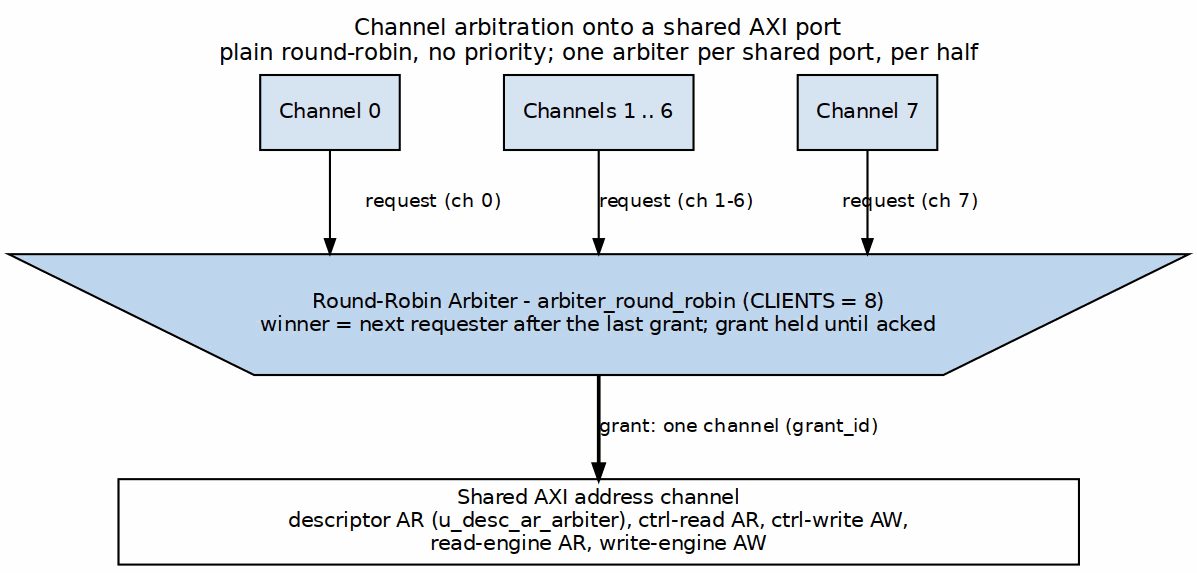
This is projects/components/dma-ip/rapids/docs/rapids_beats_has/assets/graphviz/ch02_channel_arbitration.png from sean-galloway/RTLDesignSherpa, a Graphviz export, as it was before one commit. Its source is kept beside it as projects/components/dma-ip/rapids/docs/rapids_beats_has/assets/graphviz/ch02_channel_arbitration.dot. Its diagram source:
```dot
digraph rapids_beats_channel_arbitration {
    graph [rankdir=TB, bgcolor="white", fontname="Helvetica", fontsize=11,
           nodesep="0.35", ranksep="0.55", splines=ortho,
           label="Channel arbitration onto a shared AXI port\nplain round-robin, no priority; one arbiter per shared port, per half", labelloc=t, labeljust=c];
    node  [fontname="Helvetica", fontsize=10, shape=box, style=filled,
           fillcolor="#D6E4F0", color="black", margin="0.12,0.06"];
    edge  [fontname="Helvetica", fontsize=9, color="black", arrowsize=0.7];

    c0 [label="Channel 0"];
    c1 [label="Channels 1 .. 6"];
    c7 [label="Channel 7"];
    arb [label="Round-Robin Arbiter - arbiter_round_robin (CLIENTS = 8)\nwinner = next requester after the last grant; grant held until acked", shape=invtrapezium, width=6.4, height=0.8, fillcolor="#BFD7EE"];
    bar [label="Shared AXI address channel\ndescriptor AR (u_desc_ar_arbiter), ctrl-read AR, ctrl-write AW,\nread-engine AR, write-engine AW", fillcolor="white", width=6.4];

    c0 -> arb [label="request (ch 0)"];
    c1 -> arb [label="request (ch 1-6)"];
    c7 -> arb [label="request (ch 7)"];
    arb -> bar [label="grant: one channel (grant_id)", penwidth=1.8];
    { rank=same; c0; c1; c7; }
    c0 -> c1 -> c7 [style=invis];
}
```
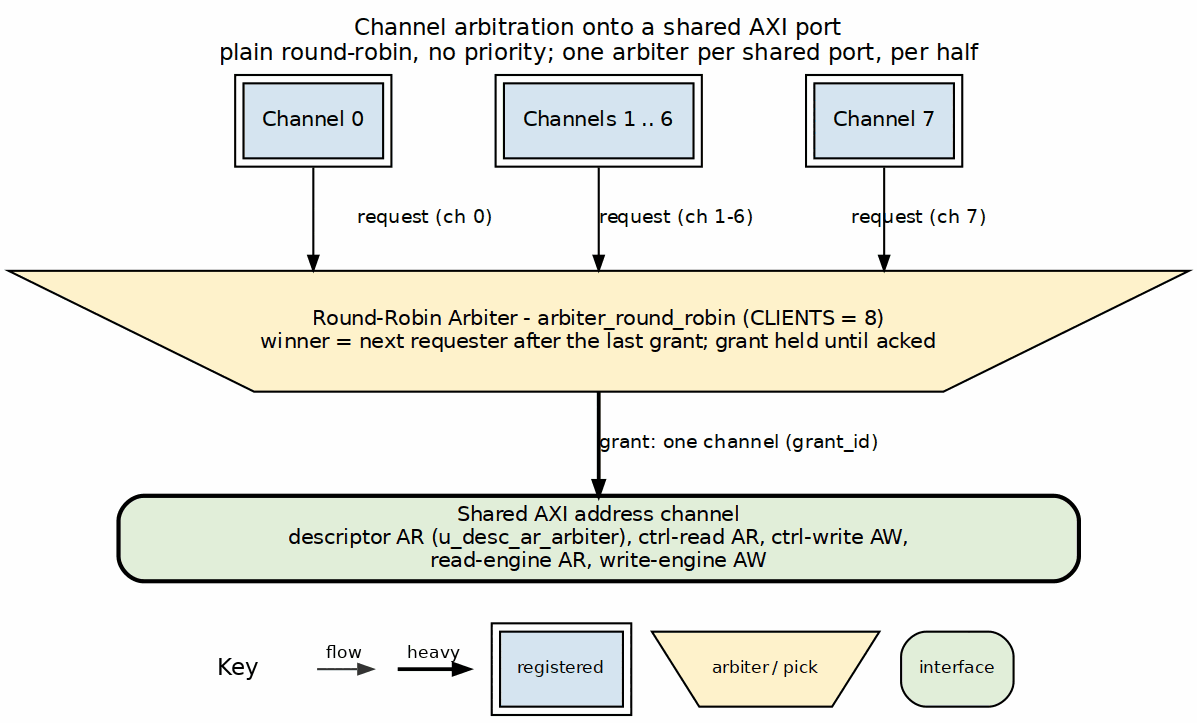
Later version of the same file.

Change to the diagram source:
```diff
@@ -3,14 +3,14 @@
            nodesep="0.35", ranksep="0.55", splines=ortho,
            label="Channel arbitration onto a shared AXI port\nplain round-robin, no priority; one arbiter per shared port, per half", labelloc=t, labeljust=c];
     node  [fontname="Helvetica", fontsize=10, shape=box, style=filled,
-           fillcolor="#D6E4F0", color="black", margin="0.12,0.06"];
+           fillcolor="white", color="black", margin="0.12,0.06"];
     edge  [fontname="Helvetica", fontsize=9, color="black", arrowsize=0.7];
 
-    c0 [label="Channel 0"];
-    c1 [label="Channels 1 .. 6"];
-    c7 [label="Channel 7"];
-    arb [label="Round-Robin Arbiter - arbiter_round_robin (CLIENTS = 8)\nwinner = next requester after the last grant; grant held until acked", shape=invtrapezium, width=6.4, height=0.8, fillcolor="#BFD7EE"];
-    bar [label="Shared AXI address channel\ndescriptor AR (u_desc_ar_arbiter), ctrl-read AR, ctrl-write AW,\nread-engine AR, write-engine AW", fillcolor="white", width=6.4];
+    c0 [label="Channel 0", peripheries=2, style="filled", fillcolor="#D6E4F0"];
+    c1 [label="Channels 1 .. 6", peripheries=2, style="filled", fillcolor="#D6E4F0"];
+    c7 [label="Channel 7", peripheries=2, style="filled", fillcolor="#D6E4F0"];
+    arb [label="Round-Robin Arbiter - arbiter_round_robin (CLIENTS = 8)\nwinner = next requester after the last grant; grant held until acked", shape=invtrapezium, width=6.4, height=0.8, fillcolor="#BFD7EE", style="filled", fillcolor="#FFF2CC"];
+    bar [label="Shared AXI address channel\ndescriptor AR (u_desc_ar_arbiter), ctrl-read AR, ctrl-write AW,\nread-engine AR, write-engine AW", fillcolor="white", width=6.4, style="rounded,filled,bold", fillcolor="#E2EFDA"];
 
     c0 -> arb [label="request (ch 0)"];
     c1 -> arb [label="request (ch 1-6)"];
```
